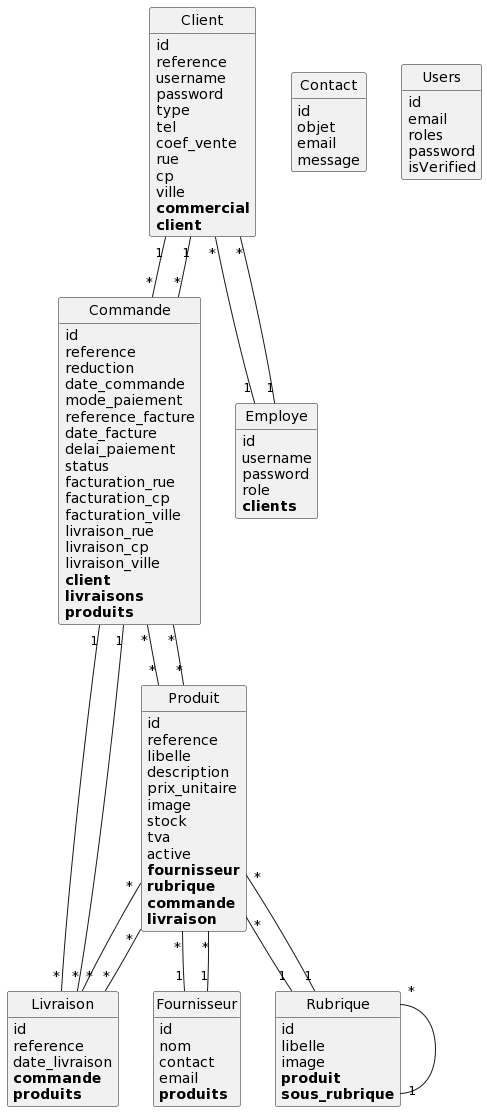
Earlier version of the PlantUML export puml/index.png (Tsuihakuwu/GreenVillage).
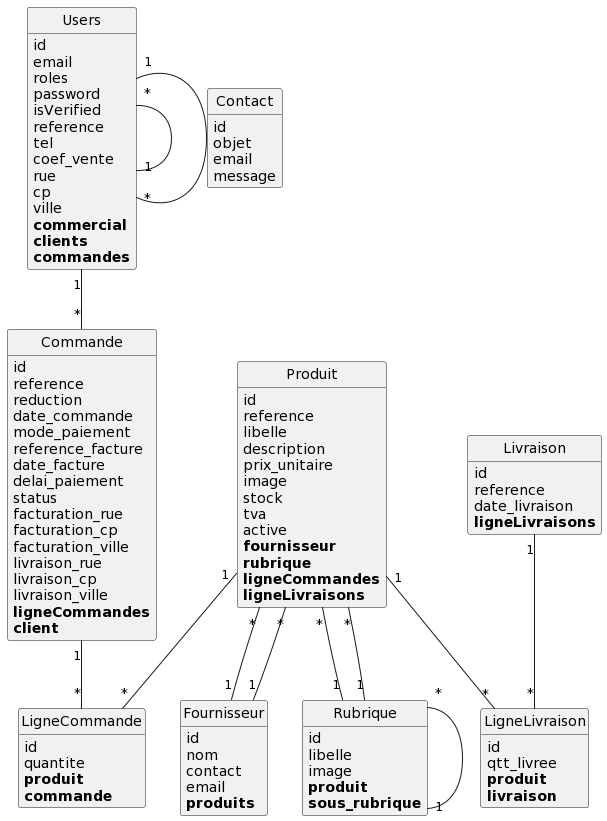
The same diagram one commit later.

What changed in the source:
```diff
@@ -1,19 +1,4 @@
 @startuml
-class Client {
-	id
-	reference
-	username
-	password
-	type
-	tel
-	coef_vente
-	rue
-	cp
-	ville
-	**commercial**
-	**client**
-}
-
 class Commande {
 	id
 	reference
@@ -30,9 +15,8 @@
 	livraison_rue
 	livraison_cp
 	livraison_ville
+	**ligneCommandes**
 	**client**
-	**livraisons**
-	**produits**
 }
 
 class Contact {
@@ -40,14 +24,6 @@
 	objet
 	email
 	message
-}
-
-class Employe {
-	id
-	username
-	password
-	role
-	**clients**
 }
 
 class Fournisseur {
@@ -58,12 +34,25 @@
 	**produits**
 }
 
+class LigneCommande {
+	id
+	quantite
+	**produit**
+	**commande**
+}
+
+class LigneLivraison {
+	id
+	qtt_livree
+	**produit**
+	**livraison**
+}
+
 class Livraison {
 	id
 	reference
 	date_livraison
-	**commande**
-	**produits**
+	**ligneLivraisons**
 }
 
 class Produit {
@@ -78,8 +67,8 @@
 	active
 	**fournisseur**
 	**rubrique**
-	**commande**
-	**livraison**
+	**ligneCommandes**
+	**ligneLivraisons**
 }
 
 class Rubrique {
@@ -96,23 +85,29 @@
 	roles
 	password
 	isVerified
+	reference
+	tel
+	coef_vente
+	rue
+	cp
+	ville
+	**commercial**
+	**clients**
+	**commandes**
 }
 
-Client "*"--"1" Employe
-Client "1"--"*" Commande
-Commande "*"--"1" Client
-Commande "1"--"*" Livraison
-Commande "*"--"*" Produit
-Employe "1"--"*" Client
+Commande "1"--"*" LigneCommande
 Fournisseur "1"--"*" Produit
-Livraison "*"--"1" Commande
-Livraison "*"--"*" Produit
+Livraison "1"--"*" LigneLivraison
 Produit "*"--"1" Fournisseur
 Produit "*"--"1" Rubrique
-Produit "*"--"*" Commande
-Produit "*"--"*" Livraison
+Produit "1"--"*" LigneCommande
+Produit "1"--"*" LigneLivraison
 Rubrique "1"--"*" Produit
 Rubrique "*"--"1" Rubrique
+Users "*"--"1" Users
+Users "1"--"*" Users
+Users "1"--"*" Commande
 
 
 hide methods
```
